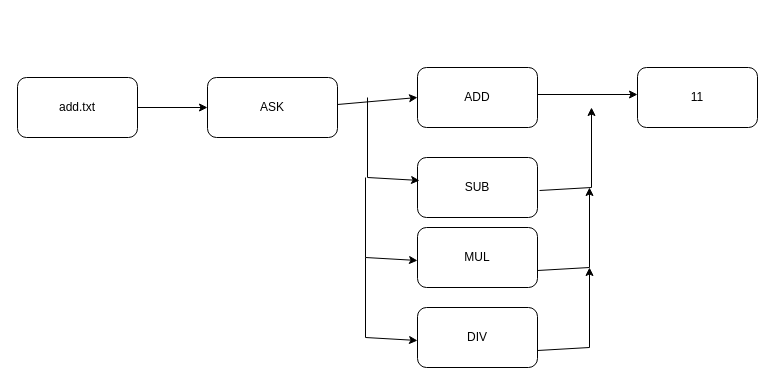
Robby-M/thezombie keeps this draw.io diagram as A1q2.drawio. Above is the earlier version. Source tidied: cells renumbered, new cells numbered last; positions are measured from the earlier drawing's top-left corner, leaving out a move shared by most shapes. Both pictures are drawn from the tidied source at 100%, with x=0, y=0 at pixel (17, 67).
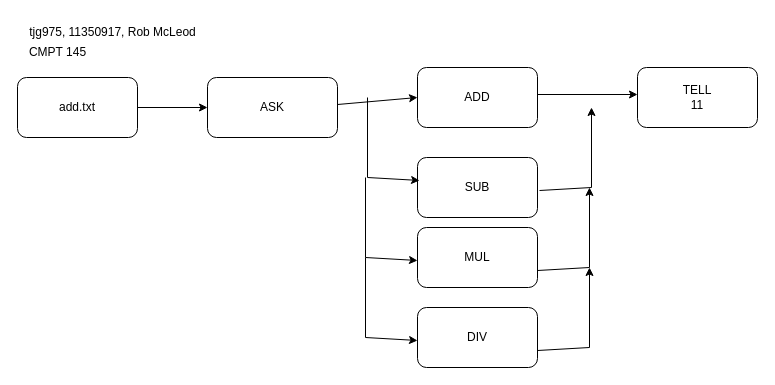
After the change.

The edit, as a diff of the source:
```diff
@@
-    <mxCell id="17" value="11" style="rounded=1;whiteSpace=wrap;html=1;" parent="1" vertex="1">
+    <mxCell id="17" value="&lt;div&gt;TELL&lt;/div&gt;&lt;div&gt;11&lt;br&gt;&lt;/div&gt;" style="rounded=1;whiteSpace=wrap;html=1;" parent="1" vertex="1">
       <mxGeometry x="620" width="120" height="60" as="geometry" />
     </mxCell>
+    <mxCell id="18" value="tjg975, 11350917, Rob McLeod" style="text;html=1;align=center;verticalAlign=middle;strokeColor=none;fillColor=none;" parent="1" vertex="1">
+      <mxGeometry y="-50" width="190" height="30" as="geometry" />
+    </mxCell>
+    <mxCell id="19" value="CMPT 145 " style="text;html=1;align=center;verticalAlign=middle;strokeColor=none;fillColor=none;" parent="1" vertex="1">
+      <mxGeometry y="-30" width="80" height="30" as="geometry" />
+    </mxCell>
```
